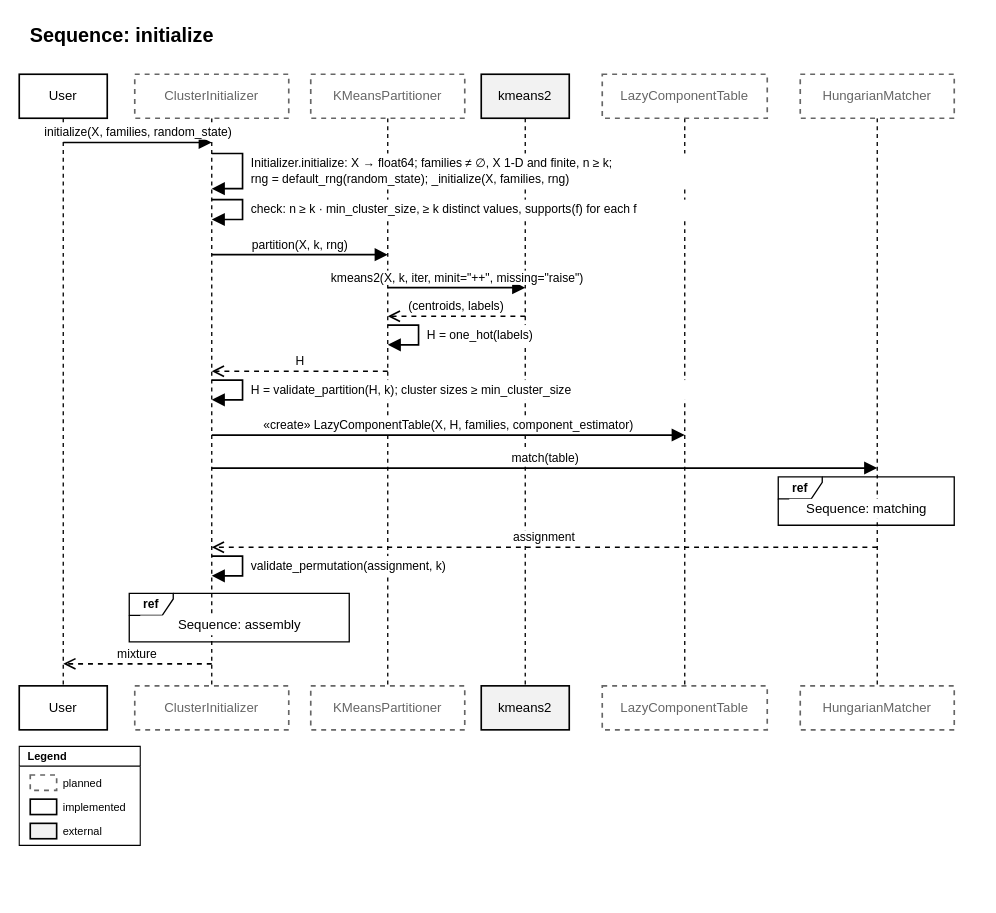
This is page "Sequence: initialize" (2 of 7) of docs/source/design/modules/initializers/diagrams/initializers.drawio from PySATL/pysatl-mpest, a draw.io file, before an edit. Source tidied: cells renumbered, new cells numbered last; positions are measured from the earlier drawing's top-left corner, leaving out a move shared by most shapes. Both pictures are drawn from the tidied source at 110%, with x=0, y=0 at pixel (19, 19).
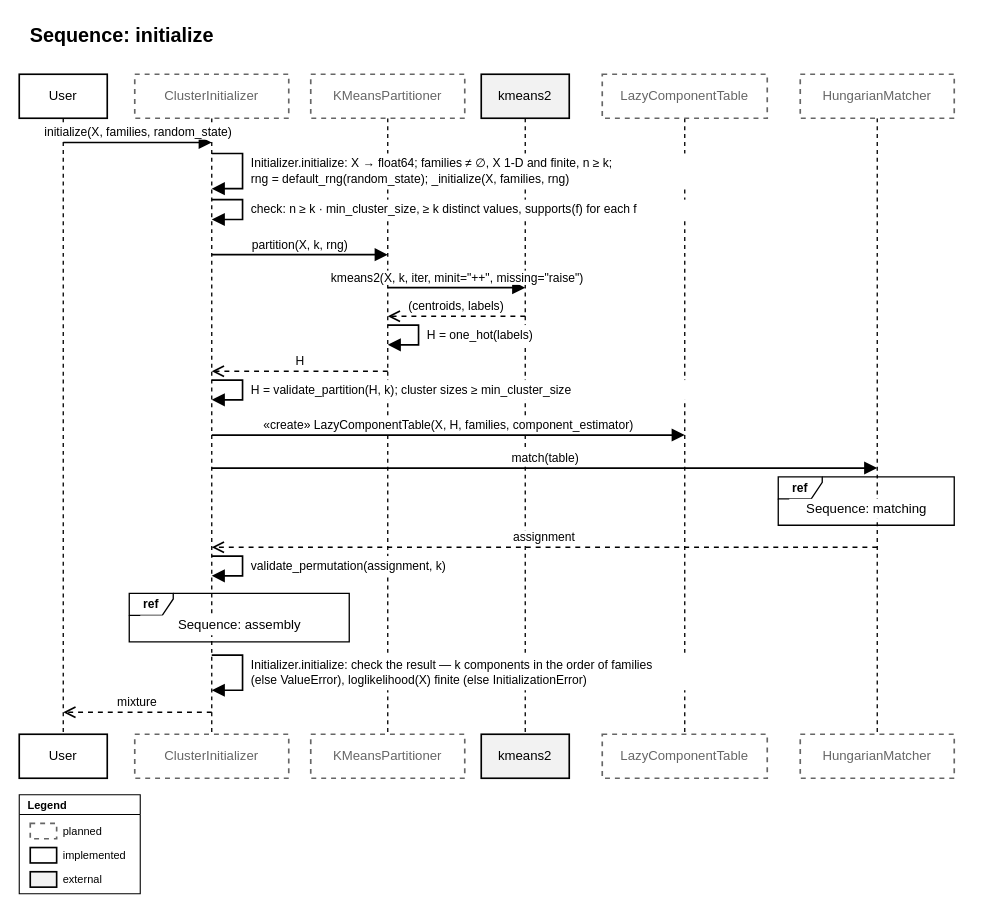
The same diagram, later.

Diff of the diagram source:
```diff
@@
-    <mxCell id="3" style="html=1;rounded=0;dashed=1;endArrow=none;strokeColor=#000000;strokeWidth=1.2;" parent="1" edge="1">
-      <mxGeometry relative="1" as="geometry">
-        <mxPoint x="40" y="90" as="sourcePoint" />
-        <mxPoint x="40" y="606" as="targetPoint" />
-      </mxGeometry>
-    </mxCell>
+    <mxCell id="51" style="html=1;rounded=0;dashed=1;endArrow=none;strokeColor=#000000;strokeWidth=1.2;" parent="1" edge="1">
+      <mxGeometry relative="1" as="geometry">
+        <mxPoint x="40" y="90" as="sourcePoint" />
+        <mxPoint x="40" y="650" as="targetPoint" />
+      </mxGeometry>
+    </mxCell>
@@
-    <mxCell id="5" value="User" style="rounded=0;whiteSpace=wrap;html=1;fillColor=#ffffff;strokeColor=#000000;strokeWidth=1.5;fontSize=12;fontFamily=Helvetica;fontColor=#000000;" parent="1" vertex="1">
-      <mxGeometry y="606" width="80" height="40" as="geometry" />
-    </mxCell>
-    <mxCell id="6" style="html=1;rounded=0;dashed=1;endArrow=none;strokeColor=#000000;strokeWidth=1.2;" parent="1" edge="1">
-      <mxGeometry relative="1" as="geometry">
-        <mxPoint x="175" y="90" as="sourcePoint" />
-        <mxPoint x="175" y="606" as="targetPoint" />
-      </mxGeometry>
-    </mxCell>
-    <mxCell id="7" value="ClusterInitializer" style="rounded=0;whiteSpace=wrap;html=1;fillColor=#ffffff;strokeColor=#666666;strokeWidth=1.5;fontSize=12;fontFamily=Helvetica;fontColor=#666666;dashed=1;" parent="1" vertex="1">
-      <mxGeometry x="105" y="50" width="140" height="40" as="geometry" />
+    <mxCell id="7" value="User" style="rounded=0;whiteSpace=wrap;html=1;fillColor=#ffffff;strokeColor=#000000;strokeWidth=1.5;fontSize=12;fontFamily=Helvetica;fontColor=#000000;" parent="1" vertex="1">
+      <mxGeometry y="650" width="80" height="40" as="geometry" />
     </mxCell>
+    <mxCell id="52" style="html=1;rounded=0;dashed=1;endArrow=none;strokeColor=#000000;strokeWidth=1.2;" parent="1" edge="1">
+      <mxGeometry relative="1" as="geometry">
+        <mxPoint x="175" y="90" as="sourcePoint" />
+        <mxPoint x="175" y="650" as="targetPoint" />
+      </mxGeometry>
+    </mxCell>
     <mxCell id="8" value="ClusterInitializer" style="rounded=0;whiteSpace=wrap;html=1;fillColor=#ffffff;strokeColor=#666666;strokeWidth=1.5;fontSize=12;fontFamily=Helvetica;fontColor=#666666;dashed=1;" parent="1" vertex="1">
-      <mxGeometry x="105" y="606" width="140" height="40" as="geometry" />
+      <mxGeometry x="105" y="50" width="140" height="40" as="geometry" />
     </mxCell>
-    <mxCell id="9" style="html=1;rounded=0;dashed=1;endArrow=none;strokeColor=#000000;strokeWidth=1.2;" parent="1" edge="1">
-      <mxGeometry relative="1" as="geometry">
-        <mxPoint x="335" y="90" as="sourcePoint" />
-        <mxPoint x="335" y="606" as="targetPoint" />
-      </mxGeometry>
-    </mxCell>
-    <mxCell id="10" value="KMeansPartitioner" style="rounded=0;whiteSpace=wrap;html=1;fillColor=#ffffff;strokeColor=#666666;strokeWidth=1.5;fontSize=12;fontFamily=Helvetica;fontColor=#666666;dashed=1;" parent="1" vertex="1">
-      <mxGeometry x="265" y="50" width="140" height="40" as="geometry" />
+    <mxCell id="10" value="ClusterInitializer" style="rounded=0;whiteSpace=wrap;html=1;fillColor=#ffffff;strokeColor=#666666;strokeWidth=1.5;fontSize=12;fontFamily=Helvetica;fontColor=#666666;dashed=1;" parent="1" vertex="1">
+      <mxGeometry x="105" y="650" width="140" height="40" as="geometry" />
     </mxCell>
+    <mxCell id="53" style="html=1;rounded=0;dashed=1;endArrow=none;strokeColor=#000000;strokeWidth=1.2;" parent="1" edge="1">
+      <mxGeometry relative="1" as="geometry">
+        <mxPoint x="335" y="90" as="sourcePoint" />
+        <mxPoint x="335" y="650" as="targetPoint" />
+      </mxGeometry>
+    </mxCell>
     <mxCell id="11" value="KMeansPartitioner" style="rounded=0;whiteSpace=wrap;html=1;fillColor=#ffffff;strokeColor=#666666;strokeWidth=1.5;fontSize=12;fontFamily=Helvetica;fontColor=#666666;dashed=1;" parent="1" vertex="1">
-      <mxGeometry x="265" y="606" width="140" height="40" as="geometry" />
+      <mxGeometry x="265" y="50" width="140" height="40" as="geometry" />
     </mxCell>
-    <mxCell id="12" style="html=1;rounded=0;dashed=1;endArrow=none;strokeColor=#000000;strokeWidth=1.2;" parent="1" edge="1">
-      <mxGeometry relative="1" as="geometry">
-        <mxPoint x="460" y="90" as="sourcePoint" />
-        <mxPoint x="460" y="606" as="targetPoint" />
-      </mxGeometry>
-    </mxCell>
-    <mxCell id="13" value="kmeans2" style="rounded=0;whiteSpace=wrap;html=1;fillColor=#F2F2F2;strokeColor=#000000;strokeWidth=1.5;fontSize=12;fontFamily=Helvetica;fontColor=#000000;" parent="1" vertex="1">
-      <mxGeometry x="420" y="50" width="80" height="40" as="geometry" />
+    <mxCell id="13" value="KMeansPartitioner" style="rounded=0;whiteSpace=wrap;html=1;fillColor=#ffffff;strokeColor=#666666;strokeWidth=1.5;fontSize=12;fontFamily=Helvetica;fontColor=#666666;dashed=1;" parent="1" vertex="1">
+      <mxGeometry x="265" y="650" width="140" height="40" as="geometry" />
     </mxCell>
+    <mxCell id="54" style="html=1;rounded=0;dashed=1;endArrow=none;strokeColor=#000000;strokeWidth=1.2;" parent="1" edge="1">
+      <mxGeometry relative="1" as="geometry">
+        <mxPoint x="460" y="90" as="sourcePoint" />
+        <mxPoint x="460" y="650" as="targetPoint" />
+      </mxGeometry>
+    </mxCell>
     <mxCell id="14" value="kmeans2" style="rounded=0;whiteSpace=wrap;html=1;fillColor=#F2F2F2;strokeColor=#000000;strokeWidth=1.5;fontSize=12;fontFamily=Helvetica;fontColor=#000000;" parent="1" vertex="1">
-      <mxGeometry x="420" y="606" width="80" height="40" as="geometry" />
+      <mxGeometry x="420" y="50" width="80" height="40" as="geometry" />
     </mxCell>
-    <mxCell id="15" style="html=1;rounded=0;dashed=1;endArrow=none;strokeColor=#000000;strokeWidth=1.2;" parent="1" edge="1">
-      <mxGeometry relative="1" as="geometry">
-        <mxPoint x="605" y="90" as="sourcePoint" />
-        <mxPoint x="605" y="606" as="targetPoint" />
-      </mxGeometry>
-    </mxCell>
-    <mxCell id="16" value="LazyComponentTable" style="rounded=0;whiteSpace=wrap;html=1;fillColor=#ffffff;strokeColor=#666666;strokeWidth=1.5;fontSize=12;fontFamily=Helvetica;fontColor=#666666;dashed=1;" parent="1" vertex="1">
-      <mxGeometry x="530" y="50" width="150" height="40" as="geometry" />
+    <mxCell id="16" value="kmeans2" style="rounded=0;whiteSpace=wrap;html=1;fillColor=#F2F2F2;strokeColor=#000000;strokeWidth=1.5;fontSize=12;fontFamily=Helvetica;fontColor=#000000;" parent="1" vertex="1">
+      <mxGeometry x="420" y="650" width="80" height="40" as="geometry" />
     </mxCell>
+    <mxCell id="55" style="html=1;rounded=0;dashed=1;endArrow=none;strokeColor=#000000;strokeWidth=1.2;" parent="1" edge="1">
+      <mxGeometry relative="1" as="geometry">
+        <mxPoint x="605" y="90" as="sourcePoint" />
+        <mxPoint x="605" y="650" as="targetPoint" />
+      </mxGeometry>
+    </mxCell>
     <mxCell id="17" value="LazyComponentTable" style="rounded=0;whiteSpace=wrap;html=1;fillColor=#ffffff;strokeColor=#666666;strokeWidth=1.5;fontSize=12;fontFamily=Helvetica;fontColor=#666666;dashed=1;" parent="1" vertex="1">
-      <mxGeometry x="530" y="606" width="150" height="40" as="geometry" />
+      <mxGeometry x="530" y="50" width="150" height="40" as="geometry" />
     </mxCell>
-    <mxCell id="18" style="html=1;rounded=0;dashed=1;endArrow=none;strokeColor=#000000;strokeWidth=1.2;" parent="1" edge="1">
-      <mxGeometry relative="1" as="geometry">
-        <mxPoint x="780" y="90" as="sourcePoint" />
-        <mxPoint x="780" y="606" as="targetPoint" />
-      </mxGeometry>
-    </mxCell>
-    <mxCell id="19" value="HungarianMatcher" style="rounded=0;whiteSpace=wrap;html=1;fillColor=#ffffff;strokeColor=#666666;strokeWidth=1.5;fontSize=12;fontFamily=Helvetica;fontColor=#666666;dashed=1;" parent="1" vertex="1">
-      <mxGeometry x="710" y="50" width="140" height="40" as="geometry" />
+    <mxCell id="19" value="LazyComponentTable" style="rounded=0;whiteSpace=wrap;html=1;fillColor=#ffffff;strokeColor=#666666;strokeWidth=1.5;fontSize=12;fontFamily=Helvetica;fontColor=#666666;dashed=1;" parent="1" vertex="1">
+      <mxGeometry x="530" y="650" width="150" height="40" as="geometry" />
     </mxCell>
-    <mxCell id="20" value="HungarianMatcher" style="rounded=0;whiteSpace=wrap;html=1;fillColor=#ffffff;strokeColor=#666666;strokeWidth=1.5;fontSize=12;fontFamily=Helvetica;fontColor=#666666;dashed=1;" parent="1" vertex="1">
-      <mxGeometry x="710" y="606" width="140" height="40" as="geometry" />
-    </mxCell>
+    <mxCell id="56" style="html=1;rounded=0;dashed=1;endArrow=none;strokeColor=#000000;strokeWidth=1.2;" parent="1" edge="1">
+      <mxGeometry relative="1" as="geometry">
+        <mxPoint x="780" y="90" as="sourcePoint" />
+        <mxPoint x="780" y="650" as="targetPoint" />
+      </mxGeometry>
+    </mxCell>
+    <mxCell id="57" value="HungarianMatcher" style="rounded=0;whiteSpace=wrap;html=1;fillColor=#ffffff;strokeColor=#666666;strokeWidth=1.5;fontSize=12;fontFamily=Helvetica;fontColor=#666666;dashed=1;" parent="1" vertex="1">
+      <mxGeometry x="710" y="50" width="140" height="40" as="geometry" />
+    </mxCell>
+    <mxCell id="58" value="HungarianMatcher" style="rounded=0;whiteSpace=wrap;html=1;fillColor=#ffffff;strokeColor=#666666;strokeWidth=1.5;fontSize=12;fontFamily=Helvetica;fontColor=#666666;dashed=1;" parent="1" vertex="1">
+      <mxGeometry x="710" y="650" width="140" height="40" as="geometry" />
+    </mxCell>
@@
+    <mxCell id="59" style="endArrow=block;endFill=1;html=1;rounded=0;endSize=8;strokeColor=#000000;strokeWidth=1.5;fontSize=11;labelBackgroundColor=#ffffff;fontFamily=Helvetica;fontColor=#000000;" parent="1" edge="1">
+      <mxGeometry relative="1" as="geometry">
+        <mxPoint x="175" y="578" as="sourcePoint" />
+        <mxPoint x="175" y="610" as="targetPoint" />
+        <Array as="points">
+          <mxPoint x="203" y="578" />
+          <mxPoint x="203" y="610" />
+        </Array>
+      </mxGeometry>
+    </mxCell>
+    <mxCell id="60" value="Initializer.initialize: check the result — k components in the order of families&lt;br&gt;(else ValueError), loglikelihood(X) finite (else InitializationError)" style="text;html=1;align=left;verticalAlign=middle;spacing=0;spacingLeft=2;spacingRight=2;fontSize=11;fillColor=#ffffff;fontFamily=Helvetica;fontColor=#000000;" parent="1" vertex="1">
+      <mxGeometry x="209" y="578" width="480" height="32" as="geometry" />
+    </mxCell>
     <mxCell id="43" value="mixture" style="dashed=1;endArrow=open;endFill=0;html=1;rounded=0;endSize=8;strokeColor=#000000;strokeWidth=1.5;fontSize=11;verticalAlign=bottom;labelBackgroundColor=#ffffff;fontFamily=Helvetica;fontColor=#000000;" parent="1" edge="1">
       <mxGeometry relative="1" as="geometry">
-        <mxPoint x="175" y="586" as="sourcePoint" />
-        <mxPoint x="40" y="586" as="targetPoint" />
+        <mxPoint x="175" y="630" as="sourcePoint" />
+        <mxPoint x="40" y="630" as="targetPoint" />
       </mxGeometry>
     </mxCell>
     <mxCell id="44" value="Legend" style="swimlane;startSize=18;html=1;fontSize=10;fontStyle=1;align=left;spacingLeft=6;fillColor=none;swimlaneFillColor=#ffffff;strokeColor=#000000;strokeWidth=1;fontFamily=Helvetica;fontColor=#000000;" parent="1" vertex="1">
-      <mxGeometry y="661" width="110" height="90" as="geometry" />
+      <mxGeometry y="705" width="110" height="90" as="geometry" />
     </mxCell>
-    <mxCell id="45" style="rounded=0;whiteSpace=wrap;html=1;fillColor=#ffffff;strokeColor=#666666;strokeWidth=1.5;dashed=1;" parent="1" vertex="1">
-      <mxGeometry x="10" y="687" width="24" height="14" as="geometry" />
-    </mxCell>
-    <mxCell id="46" value="planned" style="text;html=1;align=left;verticalAlign=middle;spacing=0;fontSize=10;fontFamily=Helvetica;fontColor=#000000;" parent="1" vertex="1">
-      <mxGeometry x="40" y="685" width="66" height="18" as="geometry" />
-    </mxCell>
-    <mxCell id="47" style="rounded=0;whiteSpace=wrap;html=1;fillColor=#ffffff;strokeColor=#000000;strokeWidth=1.5;" parent="1" vertex="1">
-      <mxGeometry x="10" y="709" width="24" height="14" as="geometry" />
+    <mxCell id="47" style="rounded=0;whiteSpace=wrap;html=1;fillColor=#ffffff;strokeColor=#666666;strokeWidth=1.5;dashed=1;" parent="1" vertex="1">
+      <mxGeometry x="10" y="731" width="24" height="14" as="geometry" />
     </mxCell>
-    <mxCell id="48" value="implemented" style="text;html=1;align=left;verticalAlign=middle;spacing=0;fontSize=10;fontFamily=Helvetica;fontColor=#000000;" parent="1" vertex="1">
-      <mxGeometry x="40" y="707" width="66" height="18" as="geometry" />
+    <mxCell id="48" value="planned" style="text;html=1;align=left;verticalAlign=middle;spacing=0;fontSize=10;fontFamily=Helvetica;fontColor=#000000;" parent="1" vertex="1">
+      <mxGeometry x="40" y="729" width="66" height="18" as="geometry" />
     </mxCell>
-    <mxCell id="49" style="rounded=0;whiteSpace=wrap;html=1;fillColor=#F2F2F2;strokeColor=#000000;strokeWidth=1.5;" parent="1" vertex="1">
-      <mxGeometry x="10" y="731" width="24" height="14" as="geometry" />
+    <mxCell id="49" style="rounded=0;whiteSpace=wrap;html=1;fillColor=#ffffff;strokeColor=#000000;strokeWidth=1.5;" parent="1" vertex="1">
+      <mxGeometry x="10" y="753" width="24" height="14" as="geometry" />
     </mxCell>
-    <mxCell id="50" value="external" style="text;html=1;align=left;verticalAlign=middle;spacing=0;fontSize=10;fontFamily=Helvetica;fontColor=#000000;" parent="1" vertex="1">
-      <mxGeometry x="40" y="729" width="66" height="18" as="geometry" />
+    <mxCell id="50" value="implemented" style="text;html=1;align=left;verticalAlign=middle;spacing=0;fontSize=10;fontFamily=Helvetica;fontColor=#000000;" parent="1" vertex="1">
+      <mxGeometry x="40" y="751" width="66" height="18" as="geometry" />
     </mxCell>
+    <mxCell id="61" style="rounded=0;whiteSpace=wrap;html=1;fillColor=#F2F2F2;strokeColor=#000000;strokeWidth=1.5;" parent="1" vertex="1">
+      <mxGeometry x="10" y="775" width="24" height="14" as="geometry" />
+    </mxCell>
+    <mxCell id="62" value="external" style="text;html=1;align=left;verticalAlign=middle;spacing=0;fontSize=10;fontFamily=Helvetica;fontColor=#000000;" parent="1" vertex="1">
+      <mxGeometry x="40" y="773" width="66" height="18" as="geometry" />
+    </mxCell>
```
